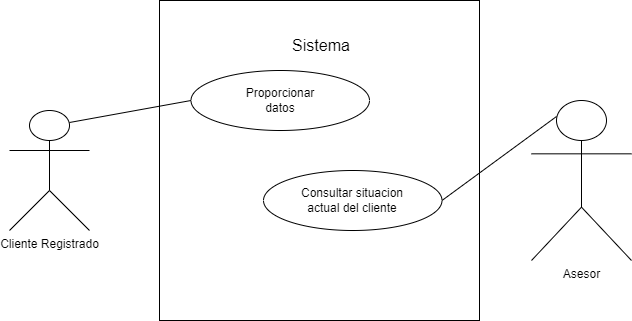
This is Proyecto en REM/image/CU05-estadisticas.png from TheNeoStormZ/super-REMORY, a draw.io export, as it was before one commit. Source tidied: cells renumbered, new cells last; positions are measured from the earlier drawing's top-left corner, leaving out a move shared by most shapes. Its diagram source:
```xml
<mxGraphModel>
  <root>
    <mxCell id="0" />
    <mxCell id="1" parent="0" />
    <mxCell id="2" style="whiteSpace=wrap;html=1;fontSize=12;" parent="1" vertex="1">
      <mxGeometry x="150" width="320" height="320" as="geometry" />
    </mxCell>
    <mxCell id="3" value="Asesor" style="shape=umlActor;verticalLabelPosition=bottom;verticalAlign=top;html=1;outlineConnect=0;" parent="1" vertex="1">
      <mxGeometry x="522" y="100" width="100" height="160" as="geometry" />
    </mxCell>
    <mxCell id="4" value="&lt;div style=&quot;font-size: 16px&quot;&gt;&lt;font style=&quot;font-size: 16px&quot;&gt;Sistema&lt;br&gt;&lt;/font&gt;&lt;/div&gt;" style="text;html=1;strokeColor=none;fillColor=none;align=center;verticalAlign=middle;whiteSpace=wrap;rounded=0;" parent="1" vertex="1">
      <mxGeometry x="282" y="30" width="60" height="30" as="geometry" />
    </mxCell>
    <mxCell id="5" style="ellipse;whiteSpace=wrap;html=1;fontSize=12;" parent="1" vertex="1">
      <mxGeometry x="254" y="170" width="178.5" height="60" as="geometry" />
    </mxCell>
    <mxCell id="6" value="Consultar situacion actual del cliente" style="text;html=1;strokeColor=none;fillColor=none;align=center;verticalAlign=middle;whiteSpace=wrap;rounded=0;fontSize=12;" parent="1" vertex="1">
      <mxGeometry x="282" y="183.8" width="122.4" height="32.5" as="geometry" />
    </mxCell>
    <mxCell id="7" style="endArrow=none;html=1;rounded=0;fontSize=12;entryX=0.25;entryY=0.1;entryDx=0;entryDy=0;entryPerimeter=0;exitX=1;exitY=0.5;exitDx=0;exitDy=0;" parent="1" edge="1" source="5" target="3">
      <mxGeometry relative="1" as="geometry" />
    </mxCell>
    <mxCell id="8" value="Cliente Registrado" style="shape=umlActor;verticalLabelPosition=bottom;verticalAlign=top;html=1;outlineConnect=0;" parent="1" vertex="1">
      <mxGeometry y="110" width="80" height="120" as="geometry" />
    </mxCell>
    <mxCell id="9" style="ellipse;whiteSpace=wrap;html=1;fontSize=12;" parent="1" vertex="1">
      <mxGeometry x="181.5" y="70" width="178.5" height="60" as="geometry" />
    </mxCell>
    <mxCell id="10" value="Proporcionar datos " style="text;html=1;strokeColor=none;fillColor=none;align=center;verticalAlign=middle;whiteSpace=wrap;rounded=0;fontSize=12;" parent="1" vertex="1">
      <mxGeometry x="240.8" y="85" width="60" height="30" as="geometry" />
    </mxCell>
    <mxCell id="11" style="endArrow=none;html=1;rounded=0;fontSize=12;entryX=0;entryY=0.5;entryDx=0;entryDy=0;exitX=0.75;exitY=0.1;exitDx=0;exitDy=0;exitPerimeter=0;" parent="1" edge="1" source="8" target="9">
      <mxGeometry relative="1" as="geometry" />
    </mxCell>
  </root>
</mxGraphModel>
```
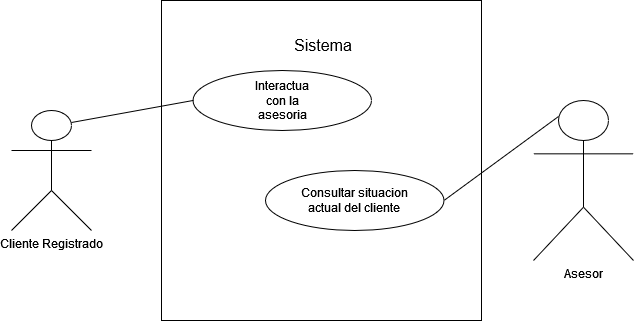
The same file after the commit.

Commit message:
Estadisticas aclaradas

Change to the diagram source:
```diff
@@ -26,9 +26,9 @@
     <mxCell id="9" style="ellipse;whiteSpace=wrap;html=1;fontSize=12;" parent="1" vertex="1">
       <mxGeometry x="181.5" y="70" width="178.5" height="60" as="geometry" />
     </mxCell>
-    <mxCell id="10" value="Proporcionar datos " style="text;html=1;strokeColor=none;fillColor=none;align=center;verticalAlign=middle;whiteSpace=wrap;rounded=0;fontSize=12;" parent="1" vertex="1">
-      <mxGeometry x="240.8" y="85" width="60" height="30" as="geometry" />
-    </mxCell>
+    <mxCell id="12" value="Interactua con la asesoria" style="text;html=1;strokeColor=none;fillColor=none;align=center;verticalAlign=middle;whiteSpace=wrap;rounded=0;fontSize=12;" parent="1" vertex="1">
+      <mxGeometry x="240.8" y="85" width="60" height="30" as="geometry" />
+    </mxCell>
     <mxCell id="11" style="endArrow=none;html=1;rounded=0;fontSize=12;entryX=0;entryY=0.5;entryDx=0;entryDy=0;exitX=0.75;exitY=0.1;exitDx=0;exitDy=0;exitPerimeter=0;" parent="1" edge="1" source="8" target="9">
       <mxGeometry relative="1" as="geometry" />
     </mxCell>
```
